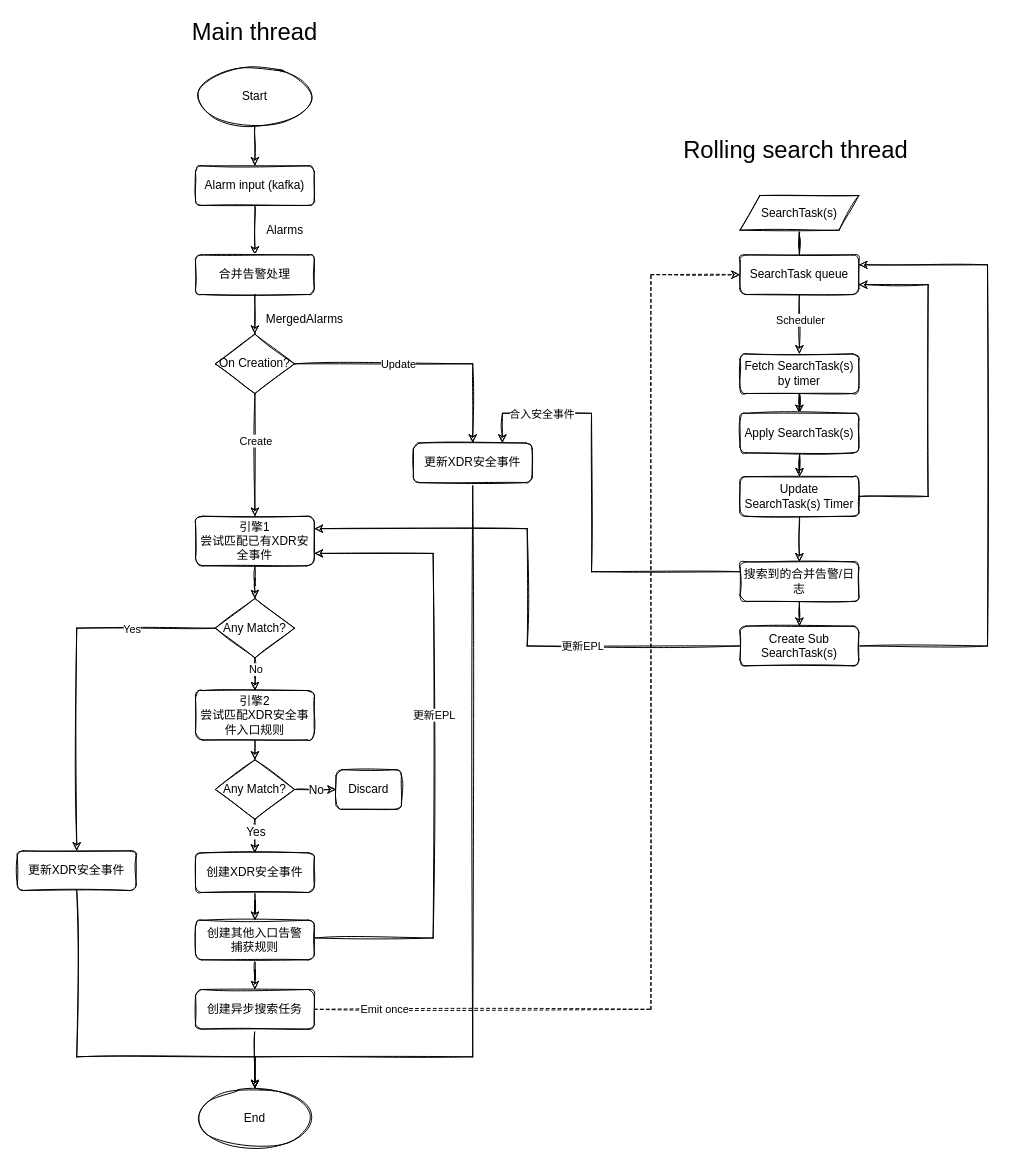
popvlovs/popvlovs-repository keeps this draw.io diagram as Brain2.0-xdr-incident-flow.drawio. Above is the earlier version. Source tidied: cells renumbered, new cells numbered last; positions are measured from the earlier drawing's top-left corner, leaving out a move shared by most shapes. Both pictures are drawn from the tidied source at 99%, with x=0, y=0 at pixel (17, 17).
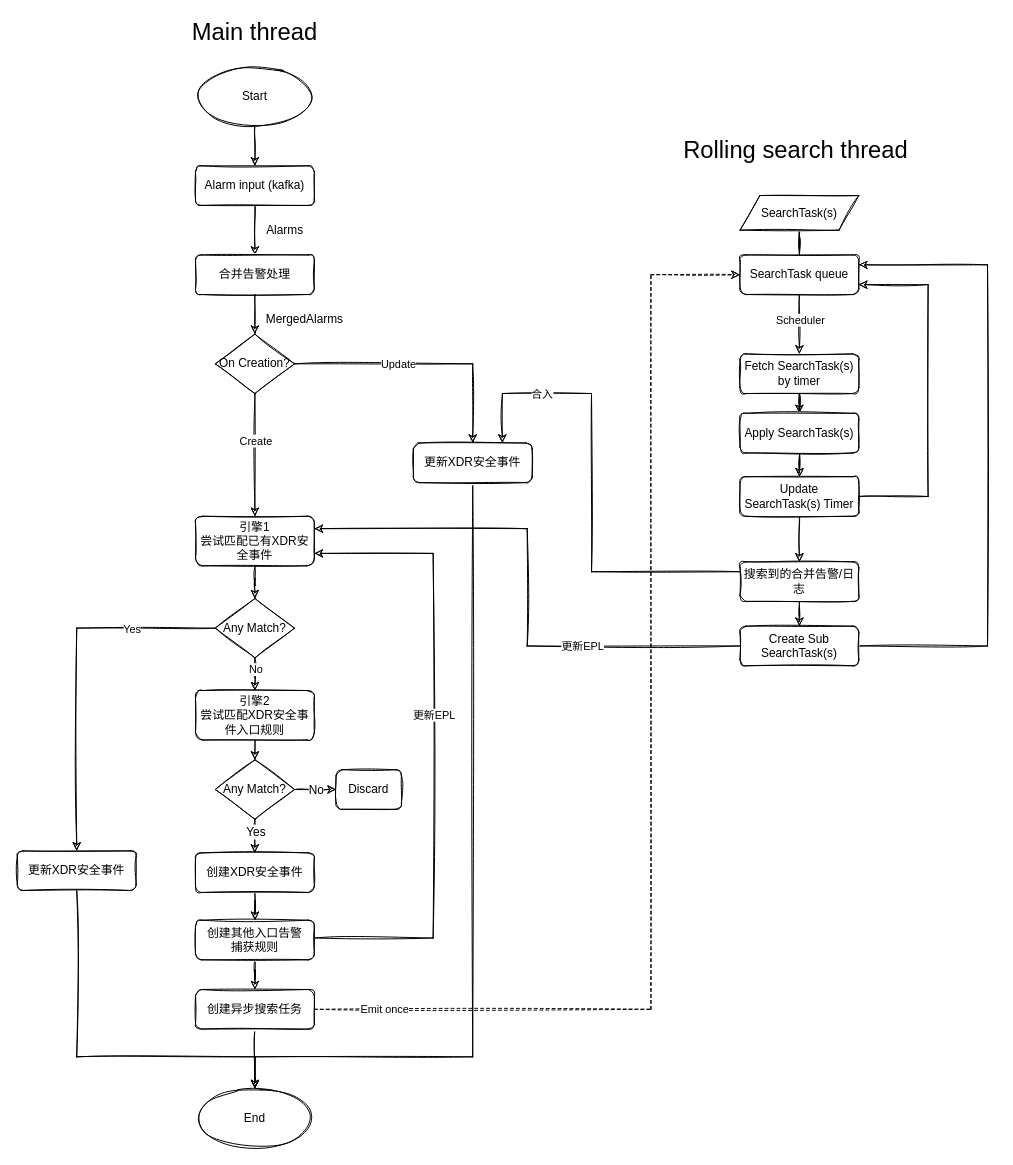
The same diagram, later.

Unchanged cells that the change refers to:
```xml
<mxCell id="14" value="更新XDR安全事件" style="rounded=1;whiteSpace=wrap;html=1;fontSize=12;glass=0;strokeWidth=1;shadow=0;sketch=1;" parent="1" vertex="1">
  <mxGeometry x="400" y="430" width="120" height="40" as="geometry" />
</mxCell>
<mxCell id="55" value="搜索到的合并告警/日志" style="rounded=1;whiteSpace=wrap;html=1;fontSize=12;glass=0;strokeWidth=1;shadow=0;sketch=1;" parent="1" vertex="1">
  <mxGeometry x="730" y="550" width="120" height="40" as="geometry" />
</mxCell>
```

Change to the diagram source:
```diff
@@
     <mxCell id="50" style="edgeStyle=orthogonalEdgeStyle;rounded=0;jettySize=auto;html=1;entryX=0.75;entryY=0;entryDx=0;entryDy=0;exitX=0;exitY=0.25;exitDx=0;exitDy=0;sketch=1;" parent="1" edge="1" source="55" target="14">
       <mxGeometry relative="1" as="geometry">
         <Array as="points">
           <mxPoint x="580" y="560" />
-          <mxPoint x="580" y="400" />
-          <mxPoint x="490" y="400" />
+          <mxPoint x="580" y="380" />
+          <mxPoint x="490" y="380" />
         </Array>
       </mxGeometry>
     </mxCell>
-    <mxCell id="51" value="合入安全事件" style="edgeLabel;html=1;align=center;verticalAlign=middle;" parent="50" vertex="1">
+    <mxCell id="51" value="合入" style="edgeLabel;html=1;align=center;verticalAlign=middle;" parent="50" vertex="1">
       <mxGeometry x="0.71" y="-1" relative="1" as="geometry">
-        <mxPoint x="7" y="1" as="offset" />
+        <mxPoint x="21" y="1" as="offset" />
       </mxGeometry>
     </mxCell>
```
